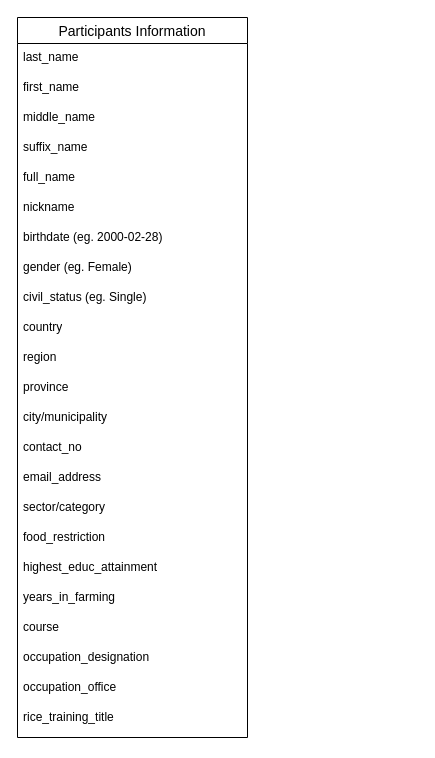
Earlier version of the draw.io diagram tmis_data.drawio (klinton26/tmis_data_draft). Source tidied: cells renumbered, new cells numbered last; positions are measured from the earlier drawing's top-left corner, leaving out a move shared by most shapes. Both pictures are drawn from the tidied source at 100%, with x=0, y=0 at pixel (17, 17).
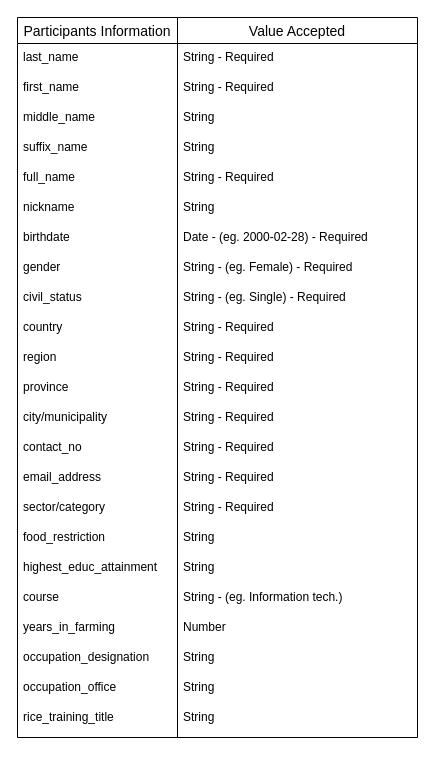
Above is the later version.

The edit, as a diff of the source:
```diff
@@
     <mxCell id="2" value="Participants Information" style="swimlane;fontStyle=0;horizontal=1;startSize=26;align=center;fontSize=14;" parent="1" vertex="1">
-      <mxGeometry width="230" height="720" as="geometry" />
+      <mxGeometry width="160" height="720" as="geometry" />
     </mxCell>
     <mxCell id="3" value="last_name" style="text;strokeColor=none;fillColor=none;spacingLeft=4;spacingRight=4;overflow=hidden;fontSize=12;whiteSpace=wrap;html=1;" parent="2" vertex="1">
-      <mxGeometry y="26" width="230" height="30" as="geometry" />
+      <mxGeometry y="26" width="160" height="30" as="geometry" />
     </mxCell>
     <mxCell id="4" value="first_name" style="text;strokeColor=none;fillColor=none;spacingLeft=4;spacingRight=4;overflow=hidden;fontSize=12;whiteSpace=wrap;html=1;" parent="2" vertex="1">
-      <mxGeometry y="56" width="230" height="30" as="geometry" />
+      <mxGeometry y="56" width="160" height="30" as="geometry" />
     </mxCell>
     <mxCell id="5" value="middle_name" style="text;strokeColor=none;fillColor=none;spacingLeft=4;spacingRight=4;overflow=hidden;fontSize=12;whiteSpace=wrap;html=1;" parent="2" vertex="1">
-      <mxGeometry y="86" width="230" height="30" as="geometry" />
+      <mxGeometry y="86" width="160" height="30" as="geometry" />
     </mxCell>
     <mxCell id="6" value="suffix_name" style="text;strokeColor=none;fillColor=none;spacingLeft=4;spacingRight=4;overflow=hidden;fontSize=12;whiteSpace=wrap;html=1;" parent="2" vertex="1">
-      <mxGeometry y="116" width="230" height="30" as="geometry" />
+      <mxGeometry y="116" width="160" height="30" as="geometry" />
     </mxCell>
     <mxCell id="7" value="full_name" style="text;strokeColor=none;fillColor=none;spacingLeft=4;spacingRight=4;overflow=hidden;fontSize=12;whiteSpace=wrap;html=1;" parent="2" vertex="1">
-      <mxGeometry y="146" width="230" height="30" as="geometry" />
+      <mxGeometry y="146" width="160" height="30" as="geometry" />
     </mxCell>
     <mxCell id="8" value="nickname" style="text;strokeColor=none;fillColor=none;spacingLeft=4;spacingRight=4;overflow=hidden;fontSize=12;whiteSpace=wrap;html=1;" parent="2" vertex="1">
-      <mxGeometry y="176" width="230" height="30" as="geometry" />
+      <mxGeometry y="176" width="160" height="30" as="geometry" />
     </mxCell>
-    <mxCell id="9" value="birthdate (eg. 2000-02-28)" style="text;strokeColor=none;fillColor=none;spacingLeft=4;spacingRight=4;overflow=hidden;fontSize=12;whiteSpace=wrap;html=1;" parent="2" vertex="1">
-      <mxGeometry y="206" width="230" height="30" as="geometry" />
+    <mxCell id="9" value="birthdate" style="text;strokeColor=none;fillColor=none;spacingLeft=4;spacingRight=4;overflow=hidden;fontSize=12;whiteSpace=wrap;html=1;" parent="2" vertex="1">
+      <mxGeometry y="206" width="160" height="30" as="geometry" />
     </mxCell>
-    <mxCell id="10" value="gender (eg. Female)" style="text;strokeColor=none;fillColor=none;spacingLeft=4;spacingRight=4;overflow=hidden;fontSize=12;whiteSpace=wrap;html=1;" parent="2" vertex="1">
-      <mxGeometry y="236" width="230" height="30" as="geometry" />
+    <mxCell id="10" value="gender" style="text;strokeColor=none;fillColor=none;spacingLeft=4;spacingRight=4;overflow=hidden;fontSize=12;whiteSpace=wrap;html=1;" parent="2" vertex="1">
+      <mxGeometry y="236" width="160" height="30" as="geometry" />
     </mxCell>
-    <mxCell id="11" value="civil_status (eg. Single)" style="text;strokeColor=none;fillColor=none;spacingLeft=4;spacingRight=4;overflow=hidden;fontSize=12;whiteSpace=wrap;html=1;" parent="2" vertex="1">
-      <mxGeometry y="266" width="230" height="30" as="geometry" />
+    <mxCell id="11" value="civil_status&amp;nbsp;" style="text;strokeColor=none;fillColor=none;spacingLeft=4;spacingRight=4;overflow=hidden;fontSize=12;whiteSpace=wrap;html=1;" parent="2" vertex="1">
+      <mxGeometry y="266" width="160" height="30" as="geometry" />
     </mxCell>
     <mxCell id="12" value="country" style="text;strokeColor=none;fillColor=none;spacingLeft=4;spacingRight=4;overflow=hidden;fontSize=12;whiteSpace=wrap;html=1;" parent="2" vertex="1">
-      <mxGeometry y="296" width="230" height="30" as="geometry" />
+      <mxGeometry y="296" width="160" height="30" as="geometry" />
     </mxCell>
     <mxCell id="13" value="region" style="text;strokeColor=none;fillColor=none;spacingLeft=4;spacingRight=4;overflow=hidden;fontSize=12;whiteSpace=wrap;html=1;" parent="2" vertex="1">
-      <mxGeometry y="326" width="230" height="30" as="geometry" />
+      <mxGeometry y="326" width="160" height="30" as="geometry" />
     </mxCell>
     <mxCell id="14" value="province" style="text;strokeColor=none;fillColor=none;spacingLeft=4;spacingRight=4;overflow=hidden;fontSize=12;whiteSpace=wrap;html=1;" parent="2" vertex="1">
-      <mxGeometry y="356" width="230" height="30" as="geometry" />
+      <mxGeometry y="356" width="160" height="30" as="geometry" />
     </mxCell>
     <mxCell id="15" value="city/municipality" style="text;strokeColor=none;fillColor=none;spacingLeft=4;spacingRight=4;overflow=hidden;fontSize=12;whiteSpace=wrap;html=1;" parent="2" vertex="1">
-      <mxGeometry y="386" width="230" height="30" as="geometry" />
+      <mxGeometry y="386" width="160" height="30" as="geometry" />
     </mxCell>
     <mxCell id="16" value="contact_no" style="text;strokeColor=none;fillColor=none;spacingLeft=4;spacingRight=4;overflow=hidden;fontSize=12;whiteSpace=wrap;html=1;" parent="2" vertex="1">
-      <mxGeometry y="416" width="230" height="30" as="geometry" />
+      <mxGeometry y="416" width="160" height="30" as="geometry" />
     </mxCell>
     <mxCell id="17" value="email_address" style="text;strokeColor=none;fillColor=none;spacingLeft=4;spacingRight=4;overflow=hidden;fontSize=12;whiteSpace=wrap;html=1;" parent="2" vertex="1">
-      <mxGeometry y="446" width="230" height="30" as="geometry" />
+      <mxGeometry y="446" width="160" height="30" as="geometry" />
     </mxCell>
     <mxCell id="18" value="sector/category" style="text;strokeColor=none;fillColor=none;spacingLeft=4;spacingRight=4;overflow=hidden;fontSize=12;whiteSpace=wrap;html=1;" parent="2" vertex="1">
-      <mxGeometry y="476" width="230" height="30" as="geometry" />
+      <mxGeometry y="476" width="160" height="30" as="geometry" />
     </mxCell>
     <mxCell id="19" value="food_restriction" style="text;strokeColor=none;fillColor=none;spacingLeft=4;spacingRight=4;overflow=hidden;fontSize=12;whiteSpace=wrap;html=1;" parent="2" vertex="1">
-      <mxGeometry y="506" width="230" height="30" as="geometry" />
+      <mxGeometry y="506" width="160" height="30" as="geometry" />
     </mxCell>
     <mxCell id="20" value="highest_educ_attainment" style="text;strokeColor=none;fillColor=none;spacingLeft=4;spacingRight=4;overflow=hidden;fontSize=12;whiteSpace=wrap;html=1;" parent="2" vertex="1">
-      <mxGeometry y="536" width="230" height="30" as="geometry" />
+      <mxGeometry y="536" width="160" height="30" as="geometry" />
     </mxCell>
+    <mxCell id="22" value="course&lt;span style=&quot;border-color: var(--border-color);&quot;&gt;&lt;/span&gt;" style="text;strokeColor=none;fillColor=none;spacingLeft=4;spacingRight=4;overflow=hidden;fontSize=12;whiteSpace=wrap;html=1;" parent="2" vertex="1">
+      <mxGeometry y="566" width="160" height="30" as="geometry" />
+    </mxCell>
-    <mxCell id="21" value="years_in_farming&lt;span style=&quot;border-color: var(--border-color);&quot;&gt;&lt;/span&gt;" style="text;strokeColor=none;fillColor=none;spacingLeft=4;spacingRight=4;overflow=hidden;fontSize=12;whiteSpace=wrap;html=1;" parent="2" vertex="1">
-      <mxGeometry y="566" width="230" height="30" as="geometry" />
+    <mxCell id="21" value="years_in_farming" style="text;strokeColor=none;fillColor=none;spacingLeft=4;spacingRight=4;overflow=hidden;fontSize=12;whiteSpace=wrap;html=1;" parent="2" vertex="1">
+      <mxGeometry y="596" width="160" height="30" as="geometry" />
     </mxCell>
-    <mxCell id="22" value="course" style="text;strokeColor=none;fillColor=none;spacingLeft=4;spacingRight=4;overflow=hidden;fontSize=12;whiteSpace=wrap;html=1;" parent="2" vertex="1">
-      <mxGeometry y="596" width="230" height="30" as="geometry" />
-    </mxCell>
     <mxCell id="23" value="occupation_designation" style="text;strokeColor=none;fillColor=none;spacingLeft=4;spacingRight=4;overflow=hidden;fontSize=12;whiteSpace=wrap;html=1;" parent="2" vertex="1">
-      <mxGeometry y="626" width="230" height="30" as="geometry" />
+      <mxGeometry y="626" width="160" height="30" as="geometry" />
     </mxCell>
     <mxCell id="24" value="occupation_office" style="text;strokeColor=none;fillColor=none;spacingLeft=4;spacingRight=4;overflow=hidden;fontSize=12;whiteSpace=wrap;html=1;" parent="2" vertex="1">
-      <mxGeometry y="656" width="230" height="30" as="geometry" />
+      <mxGeometry y="656" width="160" height="30" as="geometry" />
     </mxCell>
     <mxCell id="25" value="rice_training_title" style="text;strokeColor=none;fillColor=none;spacingLeft=4;spacingRight=4;overflow=hidden;fontSize=12;whiteSpace=wrap;html=1;" parent="2" vertex="1">
-      <mxGeometry y="686" width="230" height="34" as="geometry" />
+      <mxGeometry y="686" width="160" height="34" as="geometry" />
     </mxCell>
+    <mxCell id="26" value="Value Accepted" style="swimlane;fontStyle=0;horizontal=1;startSize=26;align=center;fontSize=14;" parent="1" vertex="1">
+      <mxGeometry x="160" width="240" height="720" as="geometry" />
+    </mxCell>
+    <mxCell id="27" value="String - Required" style="text;strokeColor=none;fillColor=none;spacingLeft=4;spacingRight=4;overflow=hidden;fontSize=12;whiteSpace=wrap;html=1;" parent="26" vertex="1">
+      <mxGeometry y="26" width="240" height="30" as="geometry" />
+    </mxCell>
+    <mxCell id="28" value="String - Required" style="text;strokeColor=none;fillColor=none;spacingLeft=4;spacingRight=4;overflow=hidden;fontSize=12;whiteSpace=wrap;html=1;" parent="26" vertex="1">
+      <mxGeometry y="56" width="240" height="30" as="geometry" />
+    </mxCell>
+    <mxCell id="29" value="String" style="text;strokeColor=none;fillColor=none;spacingLeft=4;spacingRight=4;overflow=hidden;fontSize=12;whiteSpace=wrap;html=1;" parent="26" vertex="1">
+      <mxGeometry y="86" width="240" height="30" as="geometry" />
+    </mxCell>
+    <mxCell id="30" value="String" style="text;strokeColor=none;fillColor=none;spacingLeft=4;spacingRight=4;overflow=hidden;fontSize=12;whiteSpace=wrap;html=1;" parent="26" vertex="1">
+      <mxGeometry y="116" width="240" height="30" as="geometry" />
+    </mxCell>
+    <mxCell id="31" value="String - Required" style="text;strokeColor=none;fillColor=none;spacingLeft=4;spacingRight=4;overflow=hidden;fontSize=12;whiteSpace=wrap;html=1;" parent="26" vertex="1">
+      <mxGeometry y="146" width="240" height="30" as="geometry" />
+    </mxCell>
+    <mxCell id="32" value="String" style="text;strokeColor=none;fillColor=none;spacingLeft=4;spacingRight=4;overflow=hidden;fontSize=12;whiteSpace=wrap;html=1;" parent="26" vertex="1">
+      <mxGeometry y="176" width="240" height="30" as="geometry" />
+    </mxCell>
+    <mxCell id="33" value="Date - (eg. 2000-02-28) - Required&lt;br&gt;&amp;nbsp;" style="text;strokeColor=none;fillColor=none;spacingLeft=4;spacingRight=4;overflow=hidden;fontSize=12;whiteSpace=wrap;html=1;" parent="26" vertex="1">
+      <mxGeometry y="206" width="240" height="30" as="geometry" />
+    </mxCell>
+    <mxCell id="34" value="String -&amp;nbsp;(eg. Female) - Required" style="text;strokeColor=none;fillColor=none;spacingLeft=4;spacingRight=4;overflow=hidden;fontSize=12;whiteSpace=wrap;html=1;" parent="26" vertex="1">
+      <mxGeometry y="236" width="240" height="30" as="geometry" />
+    </mxCell>
+    <mxCell id="35" value="String - (eg. Single) - Required" style="text;strokeColor=none;fillColor=none;spacingLeft=4;spacingRight=4;overflow=hidden;fontSize=12;whiteSpace=wrap;html=1;" parent="26" vertex="1">
+      <mxGeometry y="266" width="240" height="30" as="geometry" />
+    </mxCell>
+    <mxCell id="36" value="String - Required" style="text;strokeColor=none;fillColor=none;spacingLeft=4;spacingRight=4;overflow=hidden;fontSize=12;whiteSpace=wrap;html=1;" parent="26" vertex="1">
+      <mxGeometry y="296" width="240" height="30" as="geometry" />
+    </mxCell>
+    <mxCell id="37" value="String&amp;nbsp;- Required" style="text;strokeColor=none;fillColor=none;spacingLeft=4;spacingRight=4;overflow=hidden;fontSize=12;whiteSpace=wrap;html=1;" parent="26" vertex="1">
+      <mxGeometry y="326" width="240" height="30" as="geometry" />
+    </mxCell>
+    <mxCell id="38" value="String&amp;nbsp;- Required" style="text;strokeColor=none;fillColor=none;spacingLeft=4;spacingRight=4;overflow=hidden;fontSize=12;whiteSpace=wrap;html=1;" parent="26" vertex="1">
+      <mxGeometry y="356" width="240" height="30" as="geometry" />
+    </mxCell>
+    <mxCell id="39" value="String&amp;nbsp;- Required" style="text;strokeColor=none;fillColor=none;spacingLeft=4;spacingRight=4;overflow=hidden;fontSize=12;whiteSpace=wrap;html=1;" parent="26" vertex="1">
+      <mxGeometry y="386" width="240" height="30" as="geometry" />
+    </mxCell>
+    <mxCell id="40" value="String&amp;nbsp;- Required" style="text;strokeColor=none;fillColor=none;spacingLeft=4;spacingRight=4;overflow=hidden;fontSize=12;whiteSpace=wrap;html=1;" parent="26" vertex="1">
+      <mxGeometry y="416" width="240" height="30" as="geometry" />
+    </mxCell>
+    <mxCell id="41" value="String&amp;nbsp;- Required" style="text;strokeColor=none;fillColor=none;spacingLeft=4;spacingRight=4;overflow=hidden;fontSize=12;whiteSpace=wrap;html=1;" parent="26" vertex="1">
+      <mxGeometry y="446" width="240" height="30" as="geometry" />
+    </mxCell>
+    <mxCell id="42" value="String&amp;nbsp;- Required" style="text;strokeColor=none;fillColor=none;spacingLeft=4;spacingRight=4;overflow=hidden;fontSize=12;whiteSpace=wrap;html=1;" parent="26" vertex="1">
+      <mxGeometry y="476" width="240" height="30" as="geometry" />
+    </mxCell>
+    <mxCell id="43" value="String" style="text;strokeColor=none;fillColor=none;spacingLeft=4;spacingRight=4;overflow=hidden;fontSize=12;whiteSpace=wrap;html=1;" parent="26" vertex="1">
+      <mxGeometry y="506" width="240" height="30" as="geometry" />
+    </mxCell>
+    <mxCell id="44" value="String" style="text;strokeColor=none;fillColor=none;spacingLeft=4;spacingRight=4;overflow=hidden;fontSize=12;whiteSpace=wrap;html=1;" parent="26" vertex="1">
+      <mxGeometry y="536" width="240" height="30" as="geometry" />
+    </mxCell>
+    <mxCell id="45" value="String - (eg. Information tech.)" style="text;strokeColor=none;fillColor=none;spacingLeft=4;spacingRight=4;overflow=hidden;fontSize=12;whiteSpace=wrap;html=1;" parent="26" vertex="1">
+      <mxGeometry y="566" width="240" height="30" as="geometry" />
+    </mxCell>
+    <mxCell id="46" value="Number" style="text;strokeColor=none;fillColor=none;spacingLeft=4;spacingRight=4;overflow=hidden;fontSize=12;whiteSpace=wrap;html=1;" parent="26" vertex="1">
+      <mxGeometry y="596" width="240" height="30" as="geometry" />
+    </mxCell>
+    <mxCell id="47" value="String" style="text;strokeColor=none;fillColor=none;spacingLeft=4;spacingRight=4;overflow=hidden;fontSize=12;whiteSpace=wrap;html=1;" parent="26" vertex="1">
+      <mxGeometry y="626" width="240" height="30" as="geometry" />
+    </mxCell>
+    <mxCell id="48" value="String" style="text;strokeColor=none;fillColor=none;spacingLeft=4;spacingRight=4;overflow=hidden;fontSize=12;whiteSpace=wrap;html=1;" parent="26" vertex="1">
+      <mxGeometry y="656" width="240" height="30" as="geometry" />
+    </mxCell>
+    <mxCell id="49" value="String" style="text;strokeColor=none;fillColor=none;spacingLeft=4;spacingRight=4;overflow=hidden;fontSize=12;whiteSpace=wrap;html=1;" parent="26" vertex="1">
+      <mxGeometry y="686" width="240" height="34" as="geometry" />
+    </mxCell>
```
